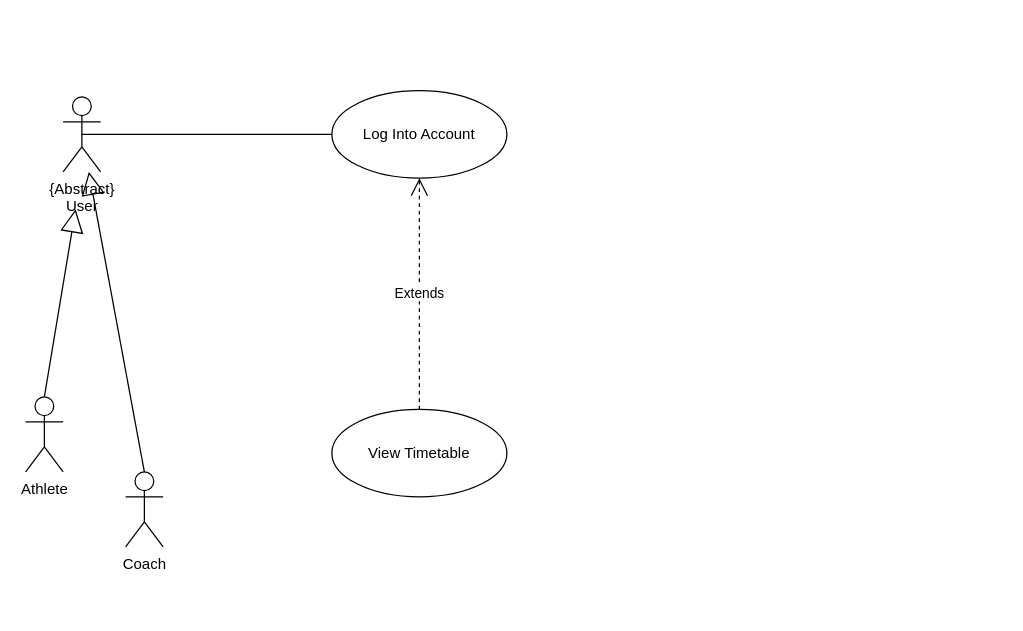
Above: UML Diagrams/Timetable/Progress Visualisation System.drawio in OlayiwolaAnimashaun/sports-web-app (draw.io), before the change. Source tidied: cells renumbered, new cells numbered last; positions are measured from the earlier drawing's top-left corner, leaving out a move shared by most shapes. Both pictures are drawn from the tidied source at 125%, with x=0, y=0 at pixel (25, 90).
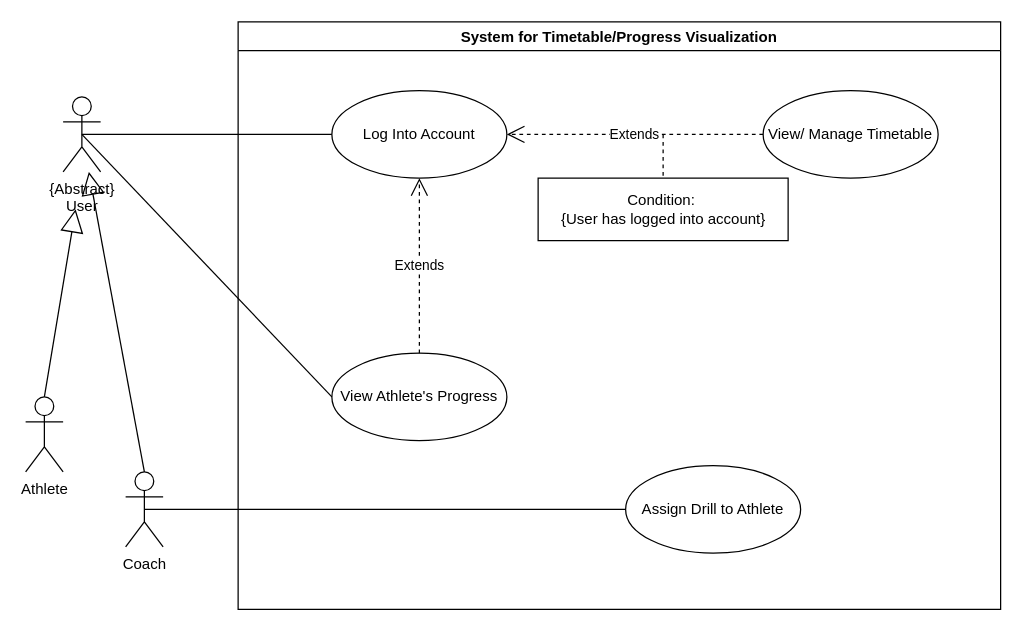
The same page after the edit.

Unchanged cells that the change refers to:
```xml
<mxCell id="2" value="{Abstract}&lt;br&gt;User" style="shape=umlActor;verticalLabelPosition=bottom;labelBackgroundColor=#ffffff;verticalAlign=top;html=1;outlineConnect=0;" parent="1" vertex="1">
  <mxGeometry x="30" y="5" width="30" height="60" as="geometry" />
</mxCell>
<mxCell id="4" value="Coach" style="shape=umlActor;verticalLabelPosition=bottom;labelBackgroundColor=#ffffff;verticalAlign=top;html=1;outlineConnect=0;" parent="1" vertex="1">
  <mxGeometry x="80" y="305" width="30" height="60" as="geometry" />
</mxCell>
<mxCell id="7" value="Log Into Account" style="ellipse;whiteSpace=wrap;html=1;" parent="1" vertex="1">
  <mxGeometry x="245" width="140" height="70" as="geometry" />
</mxCell>
```

The edit, as a diff of the source:
```diff
@@
-    <mxCell id="9" value="View Timetable" style="ellipse;whiteSpace=wrap;html=1;" parent="1" vertex="1">
-      <mxGeometry x="245" y="255" width="140" height="70" as="geometry" />
+    <mxCell id="9" value="View/ Manage Timetable" style="ellipse;whiteSpace=wrap;html=1;" parent="1" vertex="1">
+      <mxGeometry x="590" width="140" height="70" as="geometry" />
     </mxCell>
-    <mxCell id="10" value="Extends" style="endArrow=open;endSize=12;dashed=1;html=1;exitX=0.5;exitY=0;exitDx=0;exitDy=0;entryX=0.5;entryY=1;entryDx=0;entryDy=0;" parent="1" edge="1" source="9" target="7">
+    <mxCell id="10" value="Extends" style="endArrow=open;endSize=12;dashed=1;html=1;exitX=0;exitY=0.5;exitDx=0;exitDy=0;entryX=1;entryY=0.5;entryDx=0;entryDy=0;" parent="1" edge="1" source="9" target="7">
       <mxGeometry relative="1" as="geometry" />
     </mxCell>
+    <mxCell id="11" value="Condition:&amp;nbsp;&lt;br&gt;{User has logged into account}" style="html=1;" parent="1" vertex="1">
+      <mxGeometry x="410" y="70" width="200" height="50" as="geometry" />
+    </mxCell>
+    <mxCell id="12" style="endArrow=none;dashed=1;html=1;entryX=0.5;entryY=0;entryDx=0;entryDy=0;" parent="1" edge="1" target="11">
+      <mxGeometry relative="1" as="geometry">
+        <mxPoint x="510" y="35" as="sourcePoint" />
+      </mxGeometry>
+    </mxCell>
+    <mxCell id="13" value="Assign Drill to Athlete" style="ellipse;whiteSpace=wrap;html=1;" parent="1" vertex="1">
+      <mxGeometry x="480" y="300" width="140" height="70" as="geometry" />
+    </mxCell>
+    <mxCell id="14" style="endArrow=none;html=1;entryX=0;entryY=0.5;entryDx=0;entryDy=0;exitX=0.5;exitY=0.5;exitDx=0;exitDy=0;exitPerimeter=0;" parent="1" edge="1" source="4" target="13">
+      <mxGeometry relative="1" as="geometry" />
+    </mxCell>
+    <mxCell id="15" value="View Athlete's Progress" style="ellipse;whiteSpace=wrap;html=1;" parent="1" vertex="1">
+      <mxGeometry x="245" y="210" width="140" height="70" as="geometry" />
+    </mxCell>
+    <mxCell id="16" style="endArrow=none;html=1;entryX=0;entryY=0.5;entryDx=0;entryDy=0;exitX=0.5;exitY=0.5;exitDx=0;exitDy=0;exitPerimeter=0;" parent="1" edge="1" source="2" target="15">
+      <mxGeometry relative="1" as="geometry" />
+    </mxCell>
+    <mxCell id="17" value="Extends" style="endArrow=open;endSize=12;dashed=1;html=1;entryX=0.5;entryY=1;entryDx=0;entryDy=0;labelPosition=center;verticalLabelPosition=middle;align=center;verticalAlign=middle;" parent="1" edge="1" source="15" target="7">
+      <mxGeometry relative="1" as="geometry" />
+    </mxCell>
+    <mxCell id="18" value="System for Timetable/Progress Visualization" style="swimlane;" parent="1" vertex="1">
+      <mxGeometry x="170" y="-55" width="610" height="470" as="geometry" />
+    </mxCell>
```
